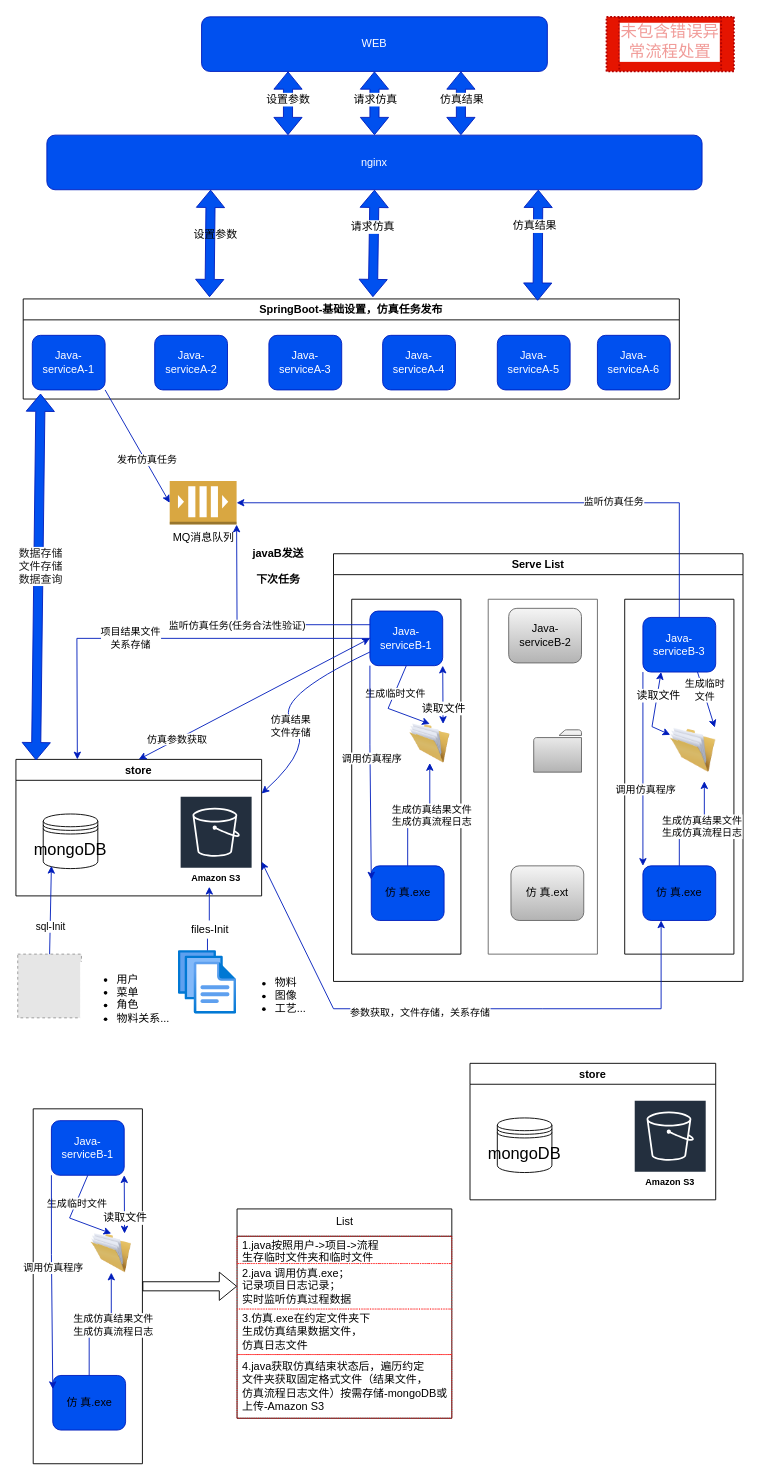
yezhen701/VTCAD keeps this draw.io diagram as doc/TechBusiness.drawio. Above is the earlier version. Source tidied: cells renumbered, new cells numbered last; positions are measured from the earlier drawing's top-left corner, leaving out a move shared by most shapes. Both pictures are drawn from the tidied source at 91%, with x=0, y=0 at pixel (15, 16). Pictures stored in the file or linked from it are replaced by grey dashed boxes.
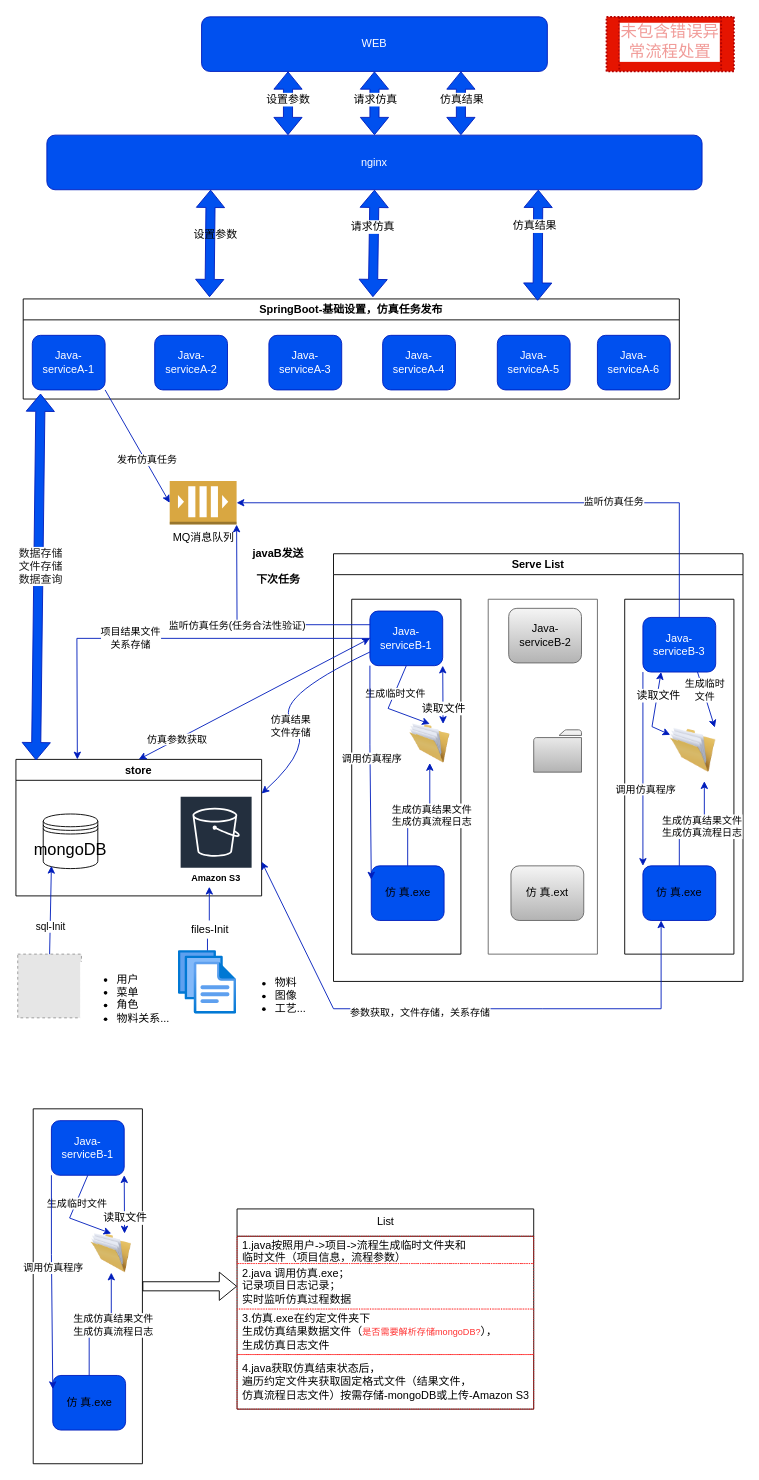
Above is the later version.

The edit, as a diff of the source:
```diff
@@
     <mxCell id="96" value="List" style="swimlane;fontStyle=0;horizontal=1;startSize=30;shadow=0;labelBackgroundColor=default;fontSize=12;fontColor=default;strokeColor=default;strokeWidth=1;fillColor=default;verticalAlign=top;html=1;" parent="1" vertex="1">
-      <mxGeometry x="243" y="1310" width="236" height="230" as="geometry" />
+      <mxGeometry x="243" y="1310" width="326" height="220" as="geometry" />
     </mxCell>
-    <mxCell id="97" value="1.java按照用户-&amp;gt;项目-&amp;gt;流程&lt;br&gt;生存临时文件夹和临时文件" style="text;strokeColor=#FF0000;fillColor=none;align=left;verticalAlign=middle;spacingLeft=4;spacingRight=4;overflow=hidden;shadow=0;dashed=1;dashPattern=1 1;labelBackgroundColor=default;fontSize=12;fontColor=default;html=1;" parent="96" vertex="1">
-      <mxGeometry y="30" width="236" height="30" as="geometry" />
+    <mxCell id="97" value="1.java按照用户-&amp;gt;项目-&amp;gt;流程生成临时文件夹和&lt;br&gt;临时文件（项目信息，流程参数）" style="text;strokeColor=#FF0000;fillColor=none;align=left;verticalAlign=middle;spacingLeft=4;spacingRight=4;overflow=hidden;shadow=0;dashed=1;dashPattern=1 1;labelBackgroundColor=default;fontSize=12;fontColor=default;html=1;" parent="96" vertex="1">
+      <mxGeometry y="30" width="326" height="30" as="geometry" />
     </mxCell>
     <mxCell id="98" value="2.java 调用仿真.exe；&lt;br&gt;记录项目日志记录；&lt;br&gt;实时监听仿真过程数据" style="text;align=left;verticalAlign=middle;spacingLeft=4;spacingRight=4;overflow=hidden;points=[[0,0.5],[1,0.5]];portConstraint=eastwest;shadow=0;labelBackgroundColor=default;fontSize=12;html=1;fontColor=default;strokeWidth=1;strokeColor=#FF3333;dashed=1;dashPattern=1 2;" parent="96" vertex="1">
-      <mxGeometry y="60" width="236" height="50" as="geometry" />
+      <mxGeometry y="60" width="326" height="50" as="geometry" />
     </mxCell>
-    <mxCell id="99" value="3.仿真.exe在约定文件夹下&lt;br&gt;生成仿真结果数据文件，&lt;br&gt;仿真日志文件" style="text;strokeColor=#FF3333;fillColor=none;align=left;verticalAlign=middle;spacingLeft=4;spacingRight=4;overflow=hidden;shadow=0;dashed=1;dashPattern=1 1;labelBackgroundColor=default;fontSize=12;fontColor=default;html=1;" parent="96" vertex="1">
-      <mxGeometry y="110" width="236" height="50" as="geometry" />
+    <mxCell id="99" value="3.仿真.exe在约定文件夹下&lt;br&gt;生成仿真结果数据文件（&lt;font style=&quot;font-size: 10px&quot; color=&quot;#ff3333&quot;&gt;是否需要解析存储mongoDB?&lt;/font&gt;），&lt;br&gt;生成仿真日志文件" style="text;strokeColor=#FF3333;fillColor=none;align=left;verticalAlign=middle;spacingLeft=4;spacingRight=4;overflow=hidden;shadow=0;dashed=1;dashPattern=1 1;labelBackgroundColor=default;fontSize=12;fontColor=default;html=1;" parent="96" vertex="1">
+      <mxGeometry y="110" width="326" height="50" as="geometry" />
     </mxCell>
-    <mxCell id="100" value="4.java获取仿真结束状态后，遍历约定&lt;br&gt;文件夹获取固定格式文件（结果文件，&lt;br&gt;仿真流程日志文件）按需存储-mongoDB或&lt;br&gt;上传-Amazon S3" style="text;strokeColor=#FF0000;fillColor=none;align=left;verticalAlign=middle;spacingLeft=4;spacingRight=4;overflow=hidden;shadow=0;dashed=1;dashPattern=1 1;labelBackgroundColor=default;fontSize=12;fontColor=default;html=1;" parent="96" vertex="1">
-      <mxGeometry y="160" width="236" height="70" as="geometry" />
+    <mxCell id="100" value="4.java获取仿真结束状态后，&lt;br&gt;遍历约定文件夹获取固定格式文件（结果文件，&lt;br&gt;仿真流程日志文件）按需存储-mongoDB或上传-Amazon S3" style="text;strokeColor=#FF0000;fillColor=none;align=left;verticalAlign=middle;spacingLeft=4;spacingRight=4;overflow=hidden;shadow=0;dashed=1;dashPattern=1 1;labelBackgroundColor=default;fontSize=12;fontColor=default;html=1;" parent="96" vertex="1">
+      <mxGeometry y="160" width="326" height="60" as="geometry" />
     </mxCell>
-    <mxCell id="101" value="store" style="swimlane;fontColor=default;strokeColor=default;fillColor=default;" parent="1" vertex="1">
-      <mxGeometry x="499" y="1150" width="270" height="150" as="geometry" />
-    </mxCell>
-    <mxCell id="102" value="mongoDB" style="shape=datastore;whiteSpace=wrap;html=1;fontSize=18;fillColor=default;strokeColor=default;fontColor=default;" parent="101" vertex="1">
-      <mxGeometry x="30" y="60" width="60" height="60" as="geometry" />
-    </mxCell>
-    <mxCell id="103" value="Amazon S3" style="sketch=0;fontColor=default;gradientColor=none;strokeColor=#ffffff;fillColor=#232F3E;dashed=0;verticalLabelPosition=middle;verticalAlign=bottom;align=center;html=1;whiteSpace=wrap;fontSize=10;fontStyle=1;spacing=3;shape=mxgraph.aws4.productIcon;prIcon=mxgraph.aws4.s3;" parent="101" vertex="1">
-      <mxGeometry x="180" y="40" width="80" height="100" as="geometry" />
-    </mxCell>
```
